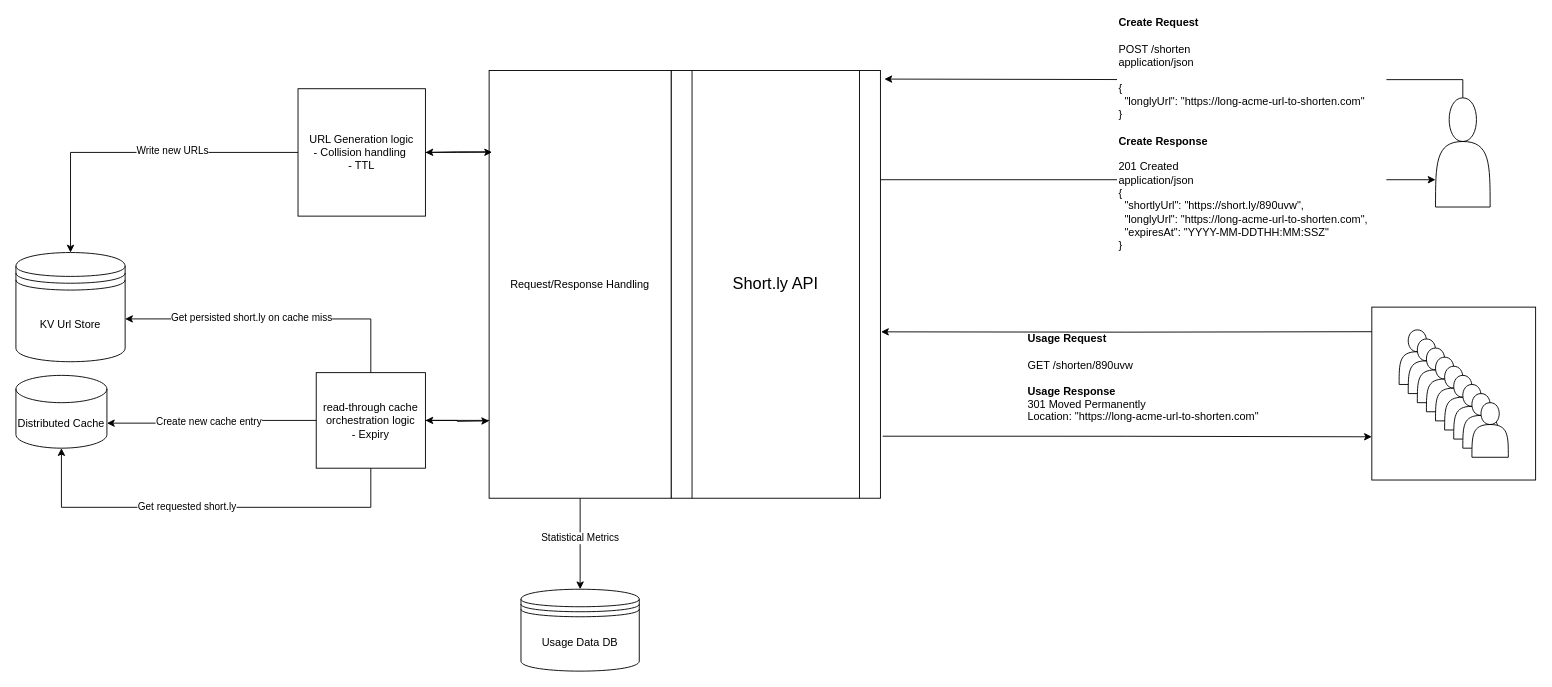
Above: UrlShortener.drawio in shooreshi/draw.io (draw.io), before the change. Source tidied: cells renumbered, new cells numbered last; positions are measured from the earlier drawing's top-left corner, leaving out a move shared by most shapes. Both pictures are drawn from the tidied source at 91%, with x=0, y=0 at pixel (15, 15).
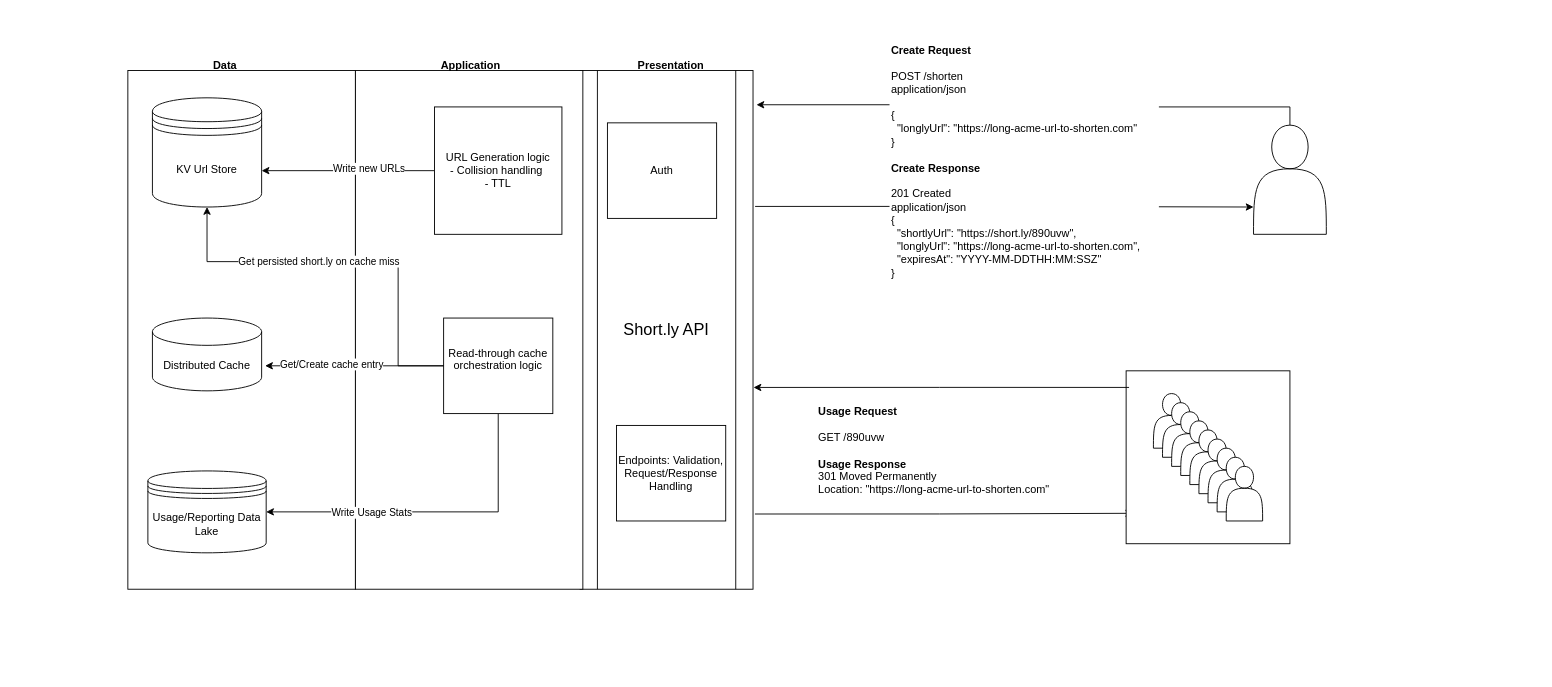
The same page after the edit.

The change refers to these unchanged cells:
```xml
<mxCell id="7" style="rounded=0;whiteSpace=wrap;html=1;" parent="6" vertex="1">
  <mxGeometry width="180" height="190" as="geometry" />
</mxCell>
```

The edit, as a diff of the source:
```diff
@@
-    <mxCell id="2" value="&lt;div&gt;&lt;span style=&quot;background-color: initial;&quot;&gt;&lt;b&gt;Usage Request&amp;nbsp;&lt;/b&gt;&lt;/span&gt;&lt;/div&gt;&lt;div&gt;&lt;span style=&quot;background-color: initial;&quot;&gt;&lt;br&gt;&lt;/span&gt;&lt;/div&gt;&lt;div&gt;&lt;span style=&quot;background-color: initial;&quot;&gt;GET /shorten/890uvw&lt;/span&gt;&lt;br&gt;&lt;/div&gt;&lt;div&gt;&lt;div&gt;&lt;br&gt;&lt;/div&gt;&lt;/div&gt;&lt;div&gt;&lt;b&gt;Usage Response&lt;/b&gt;&lt;/div&gt;301 Moved Permanently&lt;div&gt;Location:&amp;nbsp;&lt;span style=&quot;background-color: initial;&quot;&gt;&quot;https://long-acme-url-to-shorten.com&quot;&lt;/span&gt;&lt;/div&gt;&lt;div style=&quot;&quot;&gt;&lt;br&gt;&lt;/div&gt;" style="text;html=1;align=left;verticalAlign=middle;whiteSpace=wrap;rounded=0;fillColor=default;" parent="1" vertex="1">
-      <mxGeometry x="1110" y="350" width="270" height="110" as="geometry" />
+    <mxCell id="2" value="&lt;div&gt;&lt;span style=&quot;background-color: initial;&quot;&gt;&lt;b&gt;Usage Request&amp;nbsp;&lt;/b&gt;&lt;/span&gt;&lt;/div&gt;&lt;div&gt;&lt;span style=&quot;background-color: initial;&quot;&gt;&lt;br&gt;&lt;/span&gt;&lt;/div&gt;&lt;div&gt;&lt;span style=&quot;background-color: initial;&quot;&gt;GET /890uvw&lt;/span&gt;&lt;br&gt;&lt;/div&gt;&lt;div&gt;&lt;div&gt;&lt;br&gt;&lt;/div&gt;&lt;/div&gt;&lt;div&gt;&lt;b&gt;Usage Response&lt;/b&gt;&lt;/div&gt;301 Moved Permanently&lt;div&gt;Location:&amp;nbsp;&lt;span style=&quot;background-color: initial;&quot;&gt;&quot;https://long-acme-url-to-shorten.com&quot;&lt;/span&gt;&lt;/div&gt;&lt;div style=&quot;&quot;&gt;&lt;br&gt;&lt;/div&gt;" style="text;html=1;align=left;verticalAlign=middle;whiteSpace=wrap;rounded=0;fillColor=default;" parent="1" vertex="1">
+      <mxGeometry x="880" y="430" width="270" height="110" as="geometry" />
     </mxCell>
-    <mxCell id="3" style="edgeStyle=orthogonalEdgeStyle;rounded=0;jettySize=auto;html=1;entryX=0;entryY=0.75;entryDx=0;entryDy=0;exitX=0.996;exitY=0.266;exitDx=0;exitDy=0;exitPerimeter=0;" parent="1" edge="1" source="5">
-      <mxGeometry relative="1" as="geometry">
-        <mxPoint x="1560" y="180" as="targetPoint" />
-        <Array as="points">
-          <mxPoint x="949" y="180" />
-        </Array>
-      </mxGeometry>
+    <mxCell id="3" style="edgeStyle=orthogonalEdgeStyle;rounded=0;jettySize=auto;html=1;entryX=0;entryY=0.75;entryDx=0;entryDy=0;exitX=1.012;exitY=0.262;exitDx=0;exitDy=0;exitPerimeter=0;" parent="1" edge="1" source="5" target="17">
+      <mxGeometry relative="1" as="geometry" />
     </mxCell>
-    <mxCell id="4" style="edgeStyle=orthogonalEdgeStyle;rounded=0;jettySize=auto;html=1;entryX=0;entryY=0.75;entryDx=0;entryDy=0;exitX=1.011;exitY=0.855;exitDx=0;exitDy=0;exitPerimeter=0;" parent="1" edge="1" source="5" target="7">
+    <mxCell id="4" style="edgeStyle=orthogonalEdgeStyle;rounded=0;jettySize=auto;html=1;entryX=0.043;entryY=0.824;entryDx=0;entryDy=0;exitX=1.011;exitY=0.855;exitDx=0;exitDy=0;exitPerimeter=0;entryPerimeter=0;" parent="1" edge="1" source="5" target="7">
       <mxGeometry relative="1" as="geometry" />
     </mxCell>
     <mxCell id="5" value="&lt;font style=&quot;font-size: 18px;&quot;&gt;Short.ly API&lt;/font&gt;" style="shape=process;whiteSpace=wrap;html=1;backgroundOutline=1;" parent="1" vertex="1">
-      <mxGeometry x="720" y="60" width="230" height="470" as="geometry" />
+      <mxGeometry x="620" y="60" width="190" height="570" as="geometry" />
     </mxCell>
     <mxCell id="6" style="group;" parent="1" vertex="1">
-      <mxGeometry x="1490" y="320" width="180" height="190" as="geometry" />
+      <mxGeometry x="1220" y="390" width="180" height="190" as="geometry" />
     </mxCell>
@@
     <mxCell id="17" style="shape=actor;whiteSpace=wrap;html=1;" parent="1" vertex="1">
-      <mxGeometry x="1560" y="90" width="60" height="120" as="geometry" />
+      <mxGeometry x="1360" y="120" width="80" height="120" as="geometry" />
     </mxCell>
-    <mxCell id="18" style="edgeStyle=orthogonalEdgeStyle;rounded=0;jettySize=auto;html=1;entryX=1.019;entryY=0.02;entryDx=0;entryDy=0;entryPerimeter=0;exitX=0.5;exitY=0;exitDx=0;exitDy=0;" parent="1" edge="1" source="17" target="5">
+    <mxCell id="18" style="edgeStyle=orthogonalEdgeStyle;rounded=0;jettySize=auto;html=1;exitX=0.5;exitY=0;exitDx=0;exitDy=0;entryX=1.02;entryY=0.066;entryDx=0;entryDy=0;entryPerimeter=0;" parent="1" edge="1" source="17" target="5">
       <mxGeometry relative="1" as="geometry" />
     </mxCell>
     <mxCell id="19" value="&lt;div&gt;&lt;b&gt;Create Request&lt;/b&gt;&lt;/div&gt;&lt;div&gt;&lt;br&gt;&lt;/div&gt;&lt;div&gt;POST /shorten&lt;div&gt;application/json&lt;/div&gt;&lt;div&gt;&lt;br&gt;&lt;/div&gt;&lt;div&gt;{&lt;/div&gt;&lt;div&gt;&amp;nbsp; &quot;longlyUrl&quot;: &quot;https://long-acme-url-to-shorten.com&quot;&lt;/div&gt;&lt;div&gt;}&lt;/div&gt;&lt;/div&gt;&lt;div&gt;&lt;br&gt;&lt;/div&gt;&lt;div&gt;&lt;b&gt;Create Response&lt;/b&gt;&lt;/div&gt;&lt;div&gt;&lt;br&gt;&lt;/div&gt;201 Created&lt;div&gt;application/json&lt;/div&gt;&lt;div style=&quot;&quot;&gt;&lt;font style=&quot;font-size: 12px;&quot;&gt;{&lt;/font&gt;&lt;/div&gt;&lt;div style=&quot;&quot;&gt;&lt;font style=&quot;font-size: 12px;&quot;&gt;&amp;nbsp; &quot;shortlyUrl&quot;: &quot;https://short.ly/890uvw&quot;,&lt;/font&gt;&lt;/div&gt;&lt;div style=&quot;&quot;&gt;&lt;font style=&quot;font-size: 12px;&quot;&gt;&amp;nbsp; &quot;longlyUrl&quot;: &quot;https://long-acme-url-to-shorten.com&quot;,&lt;/font&gt;&lt;/div&gt;&lt;div style=&quot;&quot;&gt;&lt;font style=&quot;font-size: 12px;&quot;&gt;&amp;nbsp; &quot;expiresAt&quot;: &quot;YYYY-MM-DDTHH:MM:SSZ&quot;&amp;nbsp;&lt;/font&gt;&lt;/div&gt;&lt;div style=&quot;&quot;&gt;&lt;font style=&quot;font-size: 12px;&quot;&gt;}&lt;/font&gt;&lt;/div&gt;" style="text;html=1;align=left;verticalAlign=middle;whiteSpace=wrap;rounded=0;fillColor=default;" parent="1" vertex="1">
-      <mxGeometry x="1210" width="296" height="260" as="geometry" />
+      <mxGeometry x="960" y="30" width="296" height="260" as="geometry" />
     </mxCell>
-    <mxCell id="20" style="edgeStyle=orthogonalEdgeStyle;rounded=0;jettySize=auto;html=1;entryX=1.003;entryY=0.611;entryDx=0;entryDy=0;entryPerimeter=0;" parent="1" edge="1" target="5">
-      <mxGeometry relative="1" as="geometry">
-        <mxPoint x="1490" y="347" as="sourcePoint" />
-      </mxGeometry>
+    <mxCell id="20" style="edgeStyle=orthogonalEdgeStyle;rounded=0;jettySize=auto;html=1;entryX=1.003;entryY=0.611;entryDx=0;entryDy=0;entryPerimeter=0;exitX=0.018;exitY=0.096;exitDx=0;exitDy=0;exitPerimeter=0;" parent="1" edge="1" source="7" target="5">
+      <mxGeometry relative="1" as="geometry" />
     </mxCell>
+    <mxCell id="39" style="rounded=0;whiteSpace=wrap;html=1;" parent="1" vertex="1">
+      <mxGeometry x="373" y="60" width="250" height="570" as="geometry" />
+    </mxCell>
+    <mxCell id="41" style="rounded=0;whiteSpace=wrap;html=1;" parent="1" vertex="1">
+      <mxGeometry x="123" y="60" width="250" height="570" as="geometry" />
+    </mxCell>
+    <mxCell id="42" value="Data" style="text;html=1;align=center;verticalAlign=middle;whiteSpace=wrap;rounded=0;fontStyle=1;" parent="1" vertex="1">
+      <mxGeometry x="200" y="40" width="60" height="30" as="geometry" />
+    </mxCell>
+    <mxCell id="43" value="Application" style="text;html=1;align=center;verticalAlign=middle;whiteSpace=wrap;rounded=0;fontStyle=1;" parent="1" vertex="1">
+      <mxGeometry x="470" y="40" width="60" height="30" as="geometry" />
+    </mxCell>
+    <mxCell id="34" value="Usage/Reporting Data Lake" style="shape=datastore;whiteSpace=wrap;html=1;" parent="1" vertex="1">
+      <mxGeometry x="145" y="500" width="130" height="90" as="geometry" />
+    </mxCell>
     <mxCell id="21" value="KV Url Store" style="shape=datastore;whiteSpace=wrap;html=1;" parent="1" vertex="1">
-      <mxGeometry y="260" width="120" height="120" as="geometry" />
+      <mxGeometry x="150" y="90" width="120" height="120" as="geometry" />
     </mxCell>
     <mxCell id="22" value="Distributed Cache" style="shape=cylinder3;whiteSpace=wrap;html=1;boundedLbl=1;backgroundOutline=1;size=15;" parent="1" vertex="1">
-      <mxGeometry y="395" width="100" height="80" as="geometry" />
+      <mxGeometry x="150" y="332" width="120" height="80" as="geometry" />
     </mxCell>
-    <mxCell id="23" style="edgeStyle=orthogonalEdgeStyle;rounded=0;jettySize=auto;html=1;entryX=0.5;entryY=0;entryDx=0;entryDy=0;" parent="1" edge="1" source="25" target="21">
+    <mxCell id="23" style="edgeStyle=orthogonalEdgeStyle;rounded=0;jettySize=auto;html=1;entryX=1;entryY=0.667;entryDx=0;entryDy=0;entryPerimeter=0;" parent="1" edge="1" source="25" target="21">
       <mxGeometry relative="1" as="geometry" />
     </mxCell>
@@
     <mxCell id="25" value="URL Generation logic&lt;div&gt;- Collision handling&lt;span style=&quot;background-color: initial;&quot;&gt;&amp;nbsp;&lt;/span&gt;&lt;/div&gt;&lt;div&gt;&lt;span style=&quot;background-color: initial;&quot;&gt;- TTL&lt;/span&gt;&lt;/div&gt;" style="rounded=0;whiteSpace=wrap;html=1;" parent="1" vertex="1">
-      <mxGeometry x="310" y="80" width="140" height="140" as="geometry" />
+      <mxGeometry x="460" y="100" width="140" height="140" as="geometry" />
     </mxCell>
-    <mxCell id="26" style="edgeStyle=orthogonalEdgeStyle;rounded=0;jettySize=auto;html=1;" parent="1" edge="1" source="27">
-      <mxGeometry relative="1" as="geometry">
-        <mxPoint x="520" y="445" as="targetPoint" />
-      </mxGeometry>
-    </mxCell>
+    <mxCell id="44" style="edgeStyle=orthogonalEdgeStyle;rounded=0;jettySize=auto;html=1;entryX=1;entryY=0.5;entryDx=0;entryDy=0;exitX=0.5;exitY=1;exitDx=0;exitDy=0;" parent="1" edge="1" source="27" target="34">
+      <mxGeometry relative="1" as="geometry">
+        <Array as="points">
+          <mxPoint x="530" y="545" />
+        </Array>
+      </mxGeometry>
+    </mxCell>
-    <mxCell id="27" value="read-through cache orchestration logic&lt;div&gt;- Expiry&lt;/div&gt;" style="rounded=0;whiteSpace=wrap;html=1;" parent="1" vertex="1">
-      <mxGeometry x="330" y="392" width="120" height="105" as="geometry" />
+    <mxCell id="27" value="Read-through cache orchestration logic&lt;div&gt;&lt;br&gt;&lt;/div&gt;" style="rounded=0;whiteSpace=wrap;html=1;" parent="1" vertex="1">
+      <mxGeometry x="470" y="332" width="120" height="105" as="geometry" />
     </mxCell>
-    <mxCell id="28" style="edgeStyle=orthogonalEdgeStyle;rounded=0;jettySize=auto;html=1;entryX=0.5;entryY=1;entryDx=0;entryDy=0;entryPerimeter=0;exitX=0.5;exitY=1;exitDx=0;exitDy=0;" parent="1" edge="1" source="27" target="22">
-      <mxGeometry relative="1" as="geometry">
-        <Array as="points">
-          <mxPoint x="390" y="540" />
-          <mxPoint x="50" y="540" />
-        </Array>
-      </mxGeometry>
-    </mxCell>
-    <mxCell id="29" value="Get requested short.ly" style="edgeLabel;html=1;align=center;verticalAlign=middle;" parent="28" vertex="1">
-      <mxGeometry x="0.1" y="-2" relative="1" as="geometry" />
-    </mxCell>
-    <mxCell id="30" style="edgeStyle=orthogonalEdgeStyle;rounded=0;jettySize=auto;html=1;entryX=1;entryY=0;entryDx=0;entryDy=52.5;entryPerimeter=0;" parent="1" edge="1" source="27" target="22">
+    <mxCell id="30" style="edgeStyle=orthogonalEdgeStyle;rounded=0;jettySize=auto;html=1;exitX=0;exitY=0.5;exitDx=0;exitDy=0;entryX=1.032;entryY=0.656;entryDx=0;entryDy=0;entryPerimeter=0;" parent="1" edge="1" source="27" target="22">
       <mxGeometry relative="1" as="geometry" />
     </mxCell>
-    <mxCell id="31" value="Create new cache entry" style="edgeLabel;html=1;align=center;verticalAlign=middle;" parent="30" vertex="1">
+    <mxCell id="31" value="Get/Create cache entry" style="edgeLabel;html=1;align=center;verticalAlign=middle;" parent="30" vertex="1">
       <mxGeometry x="0.06" y="-2" relative="1" as="geometry">
-        <mxPoint x="1" as="offset" />
+        <mxPoint x="-20" as="offset" />
       </mxGeometry>
     </mxCell>
-    <mxCell id="32" style="edgeStyle=orthogonalEdgeStyle;rounded=0;jettySize=auto;html=1;entryX=1;entryY=0.608;entryDx=0;entryDy=0;entryPerimeter=0;exitX=0.5;exitY=0;exitDx=0;exitDy=0;" parent="1" edge="1" source="27" target="21">
-      <mxGeometry relative="1" as="geometry" />
+    <mxCell id="32" style="edgeStyle=orthogonalEdgeStyle;rounded=0;jettySize=auto;html=1;entryX=0.5;entryY=1;entryDx=0;entryDy=0;exitX=0;exitY=0.5;exitDx=0;exitDy=0;" parent="1" edge="1" source="27" target="21">
+      <mxGeometry relative="1" as="geometry">
+        <Array as="points">
+          <mxPoint x="420" y="385" />
+          <mxPoint x="420" y="270" />
+          <mxPoint x="210" y="270" />
+        </Array>
+      </mxGeometry>
     </mxCell>
@@
-    <mxCell id="34" value="Usage Data DB" style="shape=datastore;whiteSpace=wrap;html=1;" parent="1" vertex="1">
-      <mxGeometry x="555" y="630" width="130" height="90" as="geometry" />
-    </mxCell>
-    <mxCell id="35" style="edgeStyle=orthogonalEdgeStyle;rounded=0;jettySize=auto;html=1;" parent="1" edge="1" source="39" target="34">
-      <mxGeometry relative="1" as="geometry" />
-    </mxCell>
-    <mxCell id="36" value="Statistical Metrics" style="edgeLabel;html=1;align=center;verticalAlign=middle;" parent="35" vertex="1">
-      <mxGeometry x="-0.15" y="-1" relative="1" as="geometry" />
-    </mxCell>
-    <mxCell id="37" style="edgeStyle=orthogonalEdgeStyle;rounded=0;jettySize=auto;html=1;entryX=1;entryY=0.5;entryDx=0;entryDy=0;exitX=0.01;exitY=0.818;exitDx=0;exitDy=0;exitPerimeter=0;" parent="1" edge="1" source="39" target="27">
-      <mxGeometry relative="1" as="geometry" />
-    </mxCell>
-    <mxCell id="38" style="edgeStyle=orthogonalEdgeStyle;rounded=0;jettySize=auto;html=1;entryX=1;entryY=0.5;entryDx=0;entryDy=0;exitX=0.001;exitY=0.19;exitDx=0;exitDy=0;exitPerimeter=0;" parent="1" edge="1" source="39" target="25">
-      <mxGeometry relative="1" as="geometry" />
-    </mxCell>
-    <mxCell id="39" value="Request/Response Handling" style="rounded=0;whiteSpace=wrap;html=1;" parent="1" vertex="1">
-      <mxGeometry x="520" y="60" width="200" height="470" as="geometry" />
-    </mxCell>
-    <mxCell id="40" style="edgeStyle=orthogonalEdgeStyle;rounded=0;jettySize=auto;html=1;entryX=0.016;entryY=0.191;entryDx=0;entryDy=0;entryPerimeter=0;" parent="1" edge="1" source="25" target="39">
-      <mxGeometry relative="1" as="geometry" />
-    </mxCell>
+    <mxCell id="45" value="Write Usage Stats" style="edgeLabel;html=1;align=center;verticalAlign=middle;" parent="1" vertex="1">
+      <mxGeometry x="390" y="545" as="geometry" />
+    </mxCell>
+    <mxCell id="46" value="Auth" style="rounded=0;whiteSpace=wrap;html=1;" parent="1" vertex="1">
+      <mxGeometry x="650" y="117.5" width="120" height="105" as="geometry" />
+    </mxCell>
+    <mxCell id="47" value="Endpoints: Validation, Request/Response Handling" style="rounded=0;whiteSpace=wrap;html=1;" parent="1" vertex="1">
+      <mxGeometry x="660" y="450" width="120" height="105" as="geometry" />
+    </mxCell>
+    <mxCell id="48" value="Presentation" style="text;html=1;align=center;verticalAlign=middle;whiteSpace=wrap;rounded=0;fontStyle=1;" parent="1" vertex="1">
+      <mxGeometry x="690" y="40" width="60" height="30" as="geometry" />
+    </mxCell>
```
